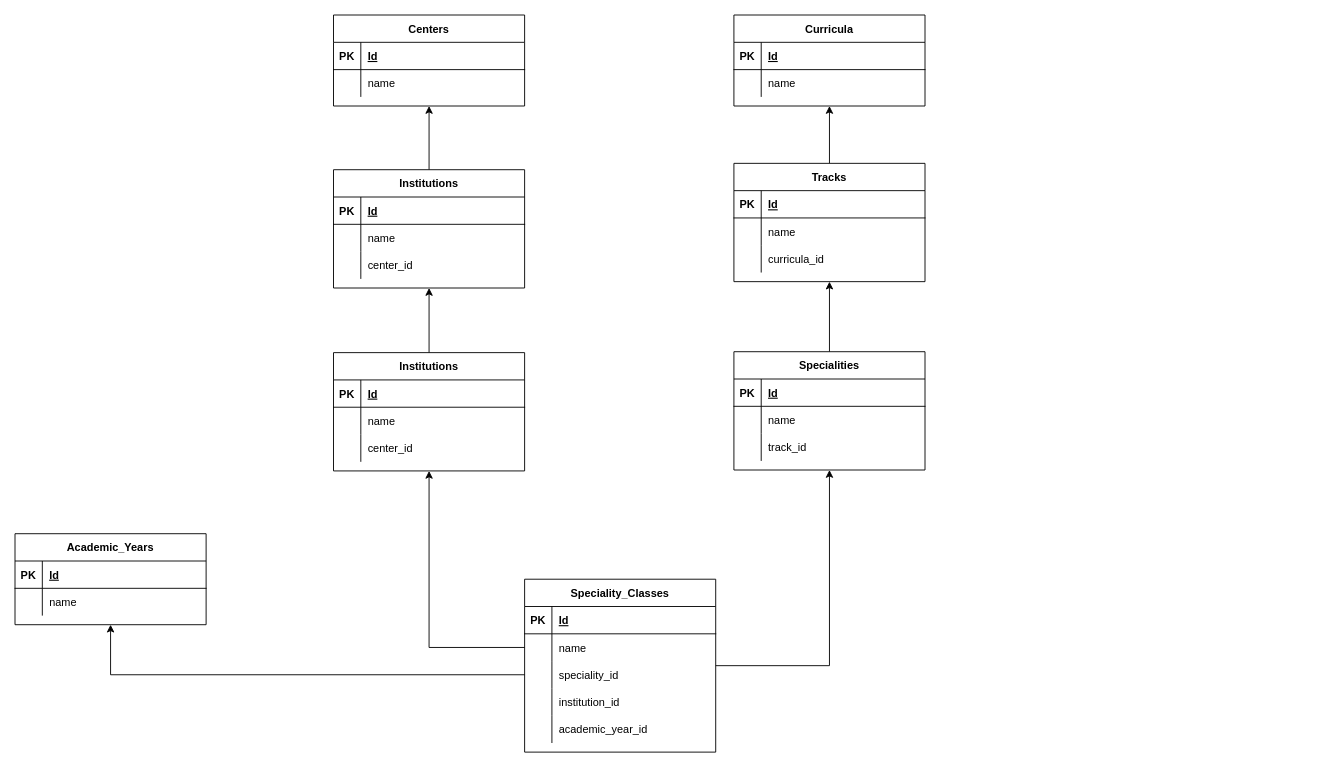
ymsaadi/use-context-test keeps this draw.io diagram as Untitled Diagram.drawio. Above is the earlier version. Source tidied: cells renumbered, new cells numbered last; positions are measured from the earlier drawing's top-left corner, leaving out a move shared by most shapes. Both pictures are drawn from the tidied source at 91%, with x=0, y=0 at pixel (15, 15).
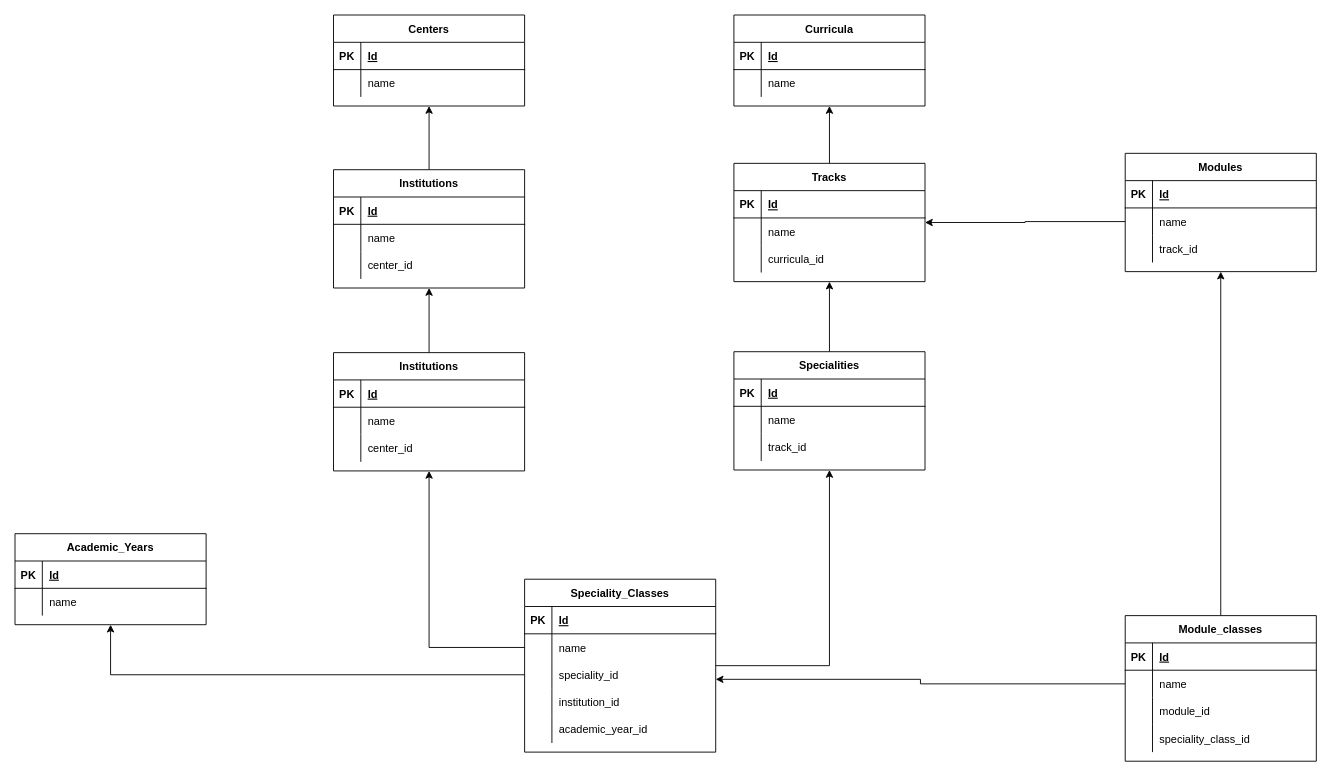
After the change.

The change refers to these unchanged cells:
```xml
<mxCell id="39" value="Tracks" style="shape=table;startSize=30;childLayout=tableLayout;rowLines=0;fontStyle=1;align=center;" parent="1" vertex="1">
  <mxGeometry x="790" y="163" width="210" height="130" as="geometry" />
</mxCell>
<mxCell id="61" value="Speciality_Classes" style="shape=table;startSize=30;childLayout=tableLayout;rowLines=0;fontStyle=1;align=center;" parent="1" vertex="1">
  <mxGeometry x="560" y="620" width="210" height="190" as="geometry" />
</mxCell>
```

The edit, as a diff of the source:
```diff
@@
+    <mxCell id="86" value="Modules" style="shape=table;startSize=30;childLayout=tableLayout;rowLines=0;fontStyle=1;align=center;" parent="1" vertex="1">
+      <mxGeometry x="1220" y="152" width="210" height="130" as="geometry" />
+    </mxCell>
+    <mxCell id="87" style="shape=partialRectangle;fillColor=none;top=0;left=0;right=0;bottom=1;" parent="86" vertex="1">
+      <mxGeometry y="30" width="210" height="30" as="geometry" />
+    </mxCell>
+    <mxCell id="88" value="PK" style="shape=partialRectangle;overflow=hidden;fillColor=none;top=0;left=0;bottom=0;right=0;fontStyle=1;" parent="87" vertex="1">
+      <mxGeometry width="30" height="30" as="geometry" />
+    </mxCell>
+    <mxCell id="89" value="Id" style="shape=partialRectangle;overflow=hidden;fillColor=none;top=0;left=0;bottom=0;right=0;align=left;spacingLeft=6;fontStyle=5;" parent="87" vertex="1">
+      <mxGeometry x="30" width="180" height="30" as="geometry" />
+    </mxCell>
+    <mxCell id="90" style="shape=partialRectangle;fillColor=none;points=[[0,0.5],[1,0.5]];portConstraint=eastwest;top=0;left=0;right=0;bottom=0;" parent="86" vertex="1">
+      <mxGeometry y="60" width="210" height="30" as="geometry" />
+    </mxCell>
+    <mxCell id="91" style="shape=partialRectangle;overflow=hidden;fillColor=none;top=0;left=0;bottom=0;right=0;" parent="90" vertex="1">
+      <mxGeometry width="30" height="30" as="geometry" />
+    </mxCell>
+    <mxCell id="92" value="name" style="shape=partialRectangle;overflow=hidden;fillColor=none;top=0;left=0;bottom=0;right=0;align=left;spacingLeft=6;" parent="90" vertex="1">
+      <mxGeometry x="30" width="180" height="30" as="geometry" />
+    </mxCell>
+    <mxCell id="93" style="shape=partialRectangle;fillColor=none;top=0;left=0;right=0;bottom=0;" parent="86" vertex="1">
+      <mxGeometry y="90" width="210" height="30" as="geometry" />
+    </mxCell>
+    <mxCell id="94" style="shape=partialRectangle;overflow=hidden;fillColor=none;top=0;left=0;bottom=0;right=0;" parent="93" vertex="1">
+      <mxGeometry width="30" height="30" as="geometry" />
+    </mxCell>
+    <mxCell id="95" value="track_id" style="shape=partialRectangle;overflow=hidden;fillColor=none;top=0;left=0;bottom=0;right=0;align=left;spacingLeft=6;" parent="93" vertex="1">
+      <mxGeometry x="30" width="180" height="30" as="geometry" />
+    </mxCell>
+    <mxCell id="96" style="edgeStyle=orthogonalEdgeStyle;rounded=0;jettySize=auto;html=1;" parent="1" edge="1" source="90" target="39">
+      <mxGeometry relative="1" as="geometry" />
+    </mxCell>
+    <mxCell id="97" style="edgeStyle=orthogonalEdgeStyle;rounded=0;jettySize=auto;html=1;" parent="1" edge="1" source="98" target="86">
+      <mxGeometry relative="1" as="geometry" />
+    </mxCell>
+    <mxCell id="98" value="Module_classes" style="shape=table;startSize=30;childLayout=tableLayout;rowLines=0;fontStyle=1;align=center;" parent="1" vertex="1">
+      <mxGeometry x="1220" y="660" width="210" height="160" as="geometry" />
+    </mxCell>
+    <mxCell id="99" style="shape=partialRectangle;fillColor=none;top=0;left=0;right=0;bottom=1;" parent="98" vertex="1">
+      <mxGeometry y="30" width="210" height="30" as="geometry" />
+    </mxCell>
+    <mxCell id="100" value="PK" style="shape=partialRectangle;overflow=hidden;fillColor=none;top=0;left=0;bottom=0;right=0;fontStyle=1;" parent="99" vertex="1">
+      <mxGeometry width="30" height="30" as="geometry" />
+    </mxCell>
+    <mxCell id="101" value="Id" style="shape=partialRectangle;overflow=hidden;fillColor=none;top=0;left=0;bottom=0;right=0;align=left;spacingLeft=6;fontStyle=5;" parent="99" vertex="1">
+      <mxGeometry x="30" width="180" height="30" as="geometry" />
+    </mxCell>
+    <mxCell id="102" style="shape=partialRectangle;fillColor=none;points=[[0,0.5],[1,0.5]];portConstraint=eastwest;top=0;left=0;right=0;bottom=0;" parent="98" vertex="1">
+      <mxGeometry y="60" width="210" height="30" as="geometry" />
+    </mxCell>
+    <mxCell id="103" style="shape=partialRectangle;overflow=hidden;fillColor=none;top=0;left=0;bottom=0;right=0;" parent="102" vertex="1">
+      <mxGeometry width="30" height="30" as="geometry" />
+    </mxCell>
+    <mxCell id="104" value="name" style="shape=partialRectangle;overflow=hidden;fillColor=none;top=0;left=0;bottom=0;right=0;align=left;spacingLeft=6;" parent="102" vertex="1">
+      <mxGeometry x="30" width="180" height="30" as="geometry" />
+    </mxCell>
+    <mxCell id="105" style="shape=partialRectangle;fillColor=none;top=0;left=0;right=0;bottom=0;" parent="98" vertex="1">
+      <mxGeometry y="90" width="210" height="30" as="geometry" />
+    </mxCell>
+    <mxCell id="106" style="shape=partialRectangle;overflow=hidden;fillColor=none;top=0;left=0;bottom=0;right=0;" parent="105" vertex="1">
+      <mxGeometry width="30" height="30" as="geometry" />
+    </mxCell>
+    <mxCell id="107" value="module_id" style="shape=partialRectangle;overflow=hidden;fillColor=none;top=0;left=0;bottom=0;right=0;align=left;spacingLeft=6;" parent="105" vertex="1">
+      <mxGeometry x="30" width="180" height="30" as="geometry" />
+    </mxCell>
+    <mxCell id="108" style="shape=partialRectangle;fillColor=none;top=0;left=0;right=0;bottom=0;" parent="98" vertex="1">
+      <mxGeometry y="120" width="210" height="30" as="geometry" />
+    </mxCell>
+    <mxCell id="109" style="shape=partialRectangle;overflow=hidden;fillColor=none;top=0;left=0;bottom=0;right=0;" parent="108" vertex="1">
+      <mxGeometry width="30" height="30" as="geometry" />
+    </mxCell>
+    <mxCell id="110" value="speciality_class_id" style="shape=partialRectangle;overflow=hidden;fillColor=none;top=0;left=0;bottom=0;right=0;align=left;spacingLeft=6;" parent="108" vertex="1">
+      <mxGeometry x="30" width="180" height="30" as="geometry" />
+    </mxCell>
+    <mxCell id="111" style="edgeStyle=orthogonalEdgeStyle;rounded=0;jettySize=auto;html=1;" parent="1" edge="1" source="102" target="61">
+      <mxGeometry relative="1" as="geometry">
+        <Array as="points">
+          <mxPoint x="995" y="735" />
+          <mxPoint x="995" y="730" />
+        </Array>
+      </mxGeometry>
+    </mxCell>
```
